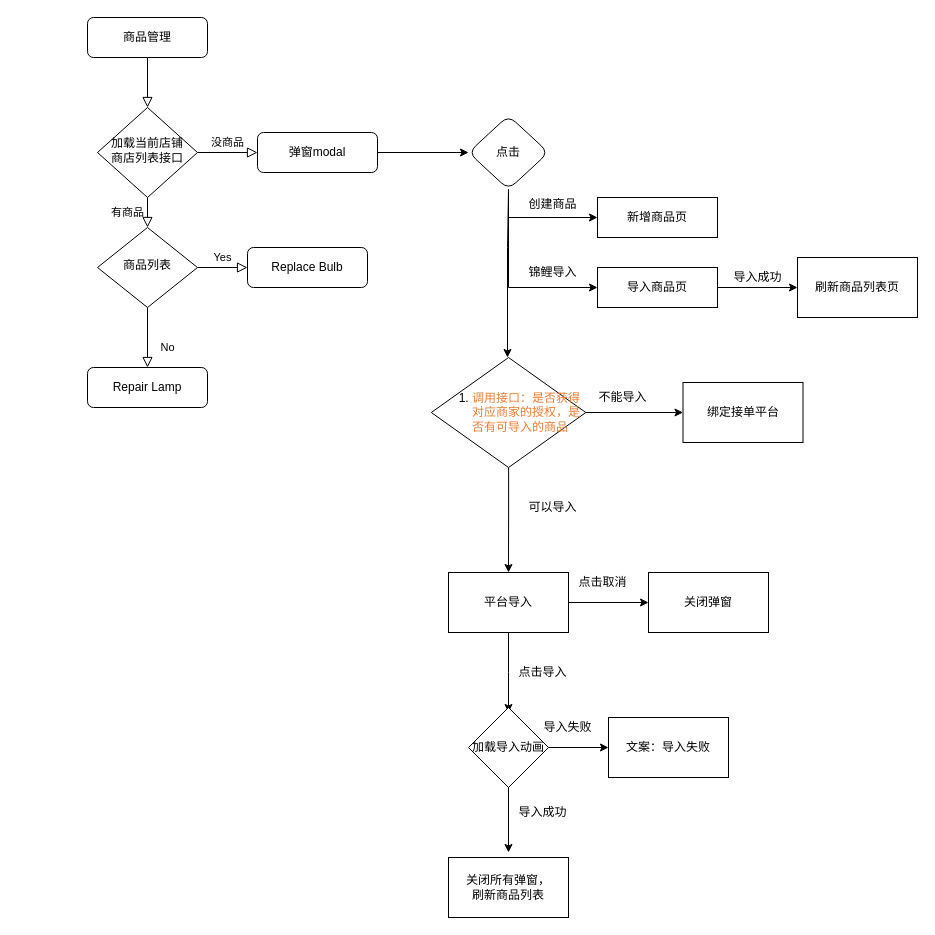
The draw.io diagram 商品管理.drawio in 1sunzichen/1, before the edit. Source tidied: cells renumbered, new cells numbered last; positions are measured from the earlier drawing's top-left corner, leaving out a move shared by most shapes. Both pictures are drawn from the tidied source at 100%, with x=0, y=0 at pixel (87, 17).
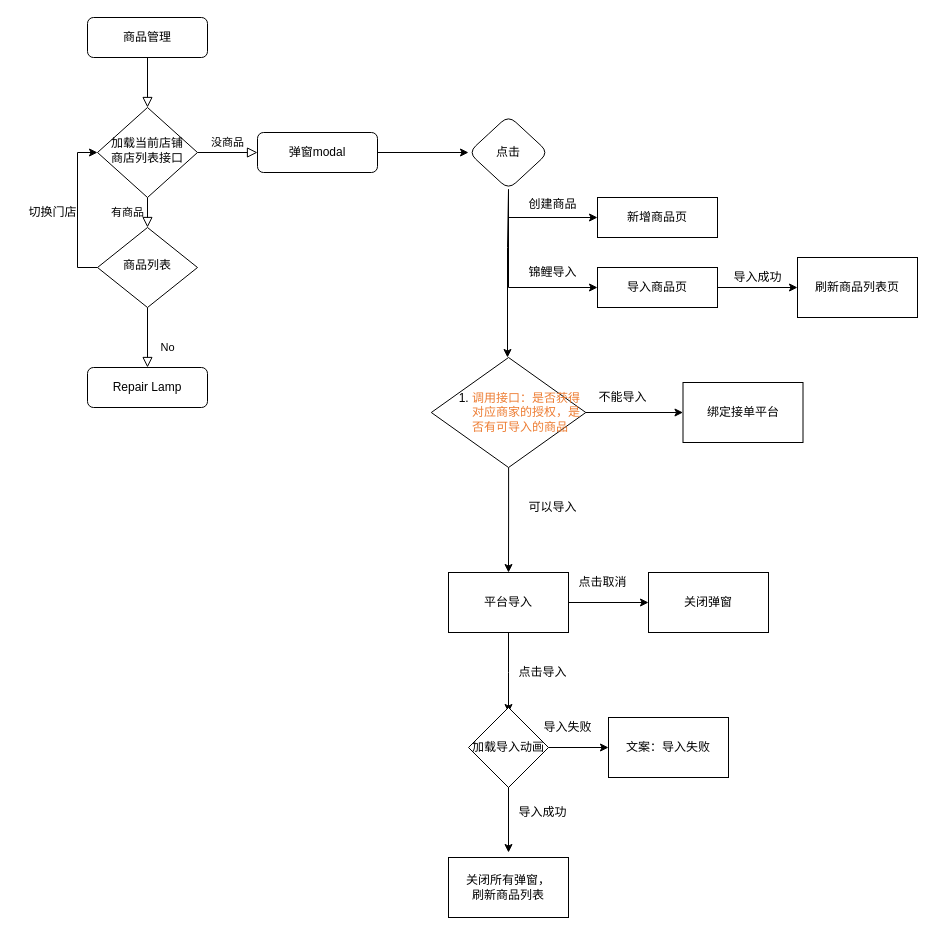
After the change.

Commit message:
更新商品管理.drawio

Unchanged cells that the change refers to:
```xml
<mxCell id="6" value="加载当前店铺&lt;br&gt;商店列表接口" style="rhombus;whiteSpace=wrap;html=1;shadow=0;fontFamily=Helvetica;fontSize=12;align=center;strokeWidth=1;spacing=6;spacingTop=-4;" parent="1" vertex="1">
  <mxGeometry x="10" y="90" width="100" height="90" as="geometry" />
</mxCell>
<mxCell id="11" value="商品列表" style="rhombus;whiteSpace=wrap;html=1;shadow=0;fontFamily=Helvetica;fontSize=12;align=center;strokeWidth=1;spacing=6;spacingTop=-4;" parent="1" vertex="1">
  <mxGeometry x="10" y="210" width="100" height="80" as="geometry" />
</mxCell>
```

Change to the diagram source:
```diff
@@
-    <mxCell id="10" value="Yes" style="edgeStyle=orthogonalEdgeStyle;rounded=0;html=1;jettySize=auto;fontSize=11;endArrow=block;endFill=0;endSize=8;strokeWidth=1;shadow=0;labelBackgroundColor=none;" parent="1" edge="1" source="11" target="13">
-      <mxGeometry y="10" relative="1" as="geometry" />
-    </mxCell>
+    <mxCell id="45" style="edgeStyle=orthogonalEdgeStyle;rounded=0;jettySize=auto;html=1;exitX=0;exitY=0.5;exitDx=0;exitDy=0;entryX=0;entryY=0.5;entryDx=0;entryDy=0;" parent="1" edge="1" source="11" target="6">
+      <mxGeometry relative="1" as="geometry" />
+    </mxCell>
@@
-    <mxCell id="13" value="Replace Bulb" style="rounded=1;whiteSpace=wrap;html=1;fontSize=12;glass=0;strokeWidth=1;shadow=0;" parent="1" vertex="1">
-      <mxGeometry x="160" y="230" width="120" height="40" as="geometry" />
-    </mxCell>
@@
+    <mxCell id="46" value="切换门店" style="text;html=1;align=center;verticalAlign=middle;strokeColor=none;fillColor=none;" parent="1" vertex="1">
+      <mxGeometry x="-70" y="180" width="70" height="30" as="geometry" />
+    </mxCell>
```
